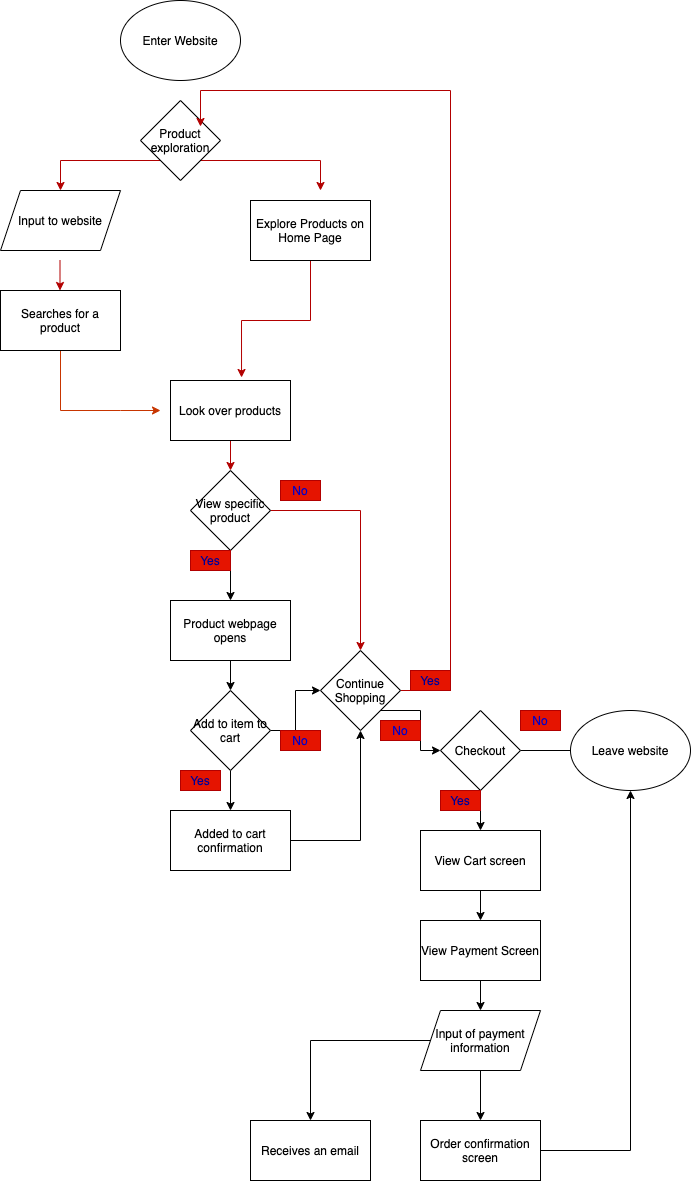
Earlier version of the draw.io export part2/part2.drawio.png (abvasude/sp21-cse110-lab4). Source tidied: cells renumbered, new cells last; positions are measured from the earlier drawing's top-left corner, leaving out a move shared by most shapes.
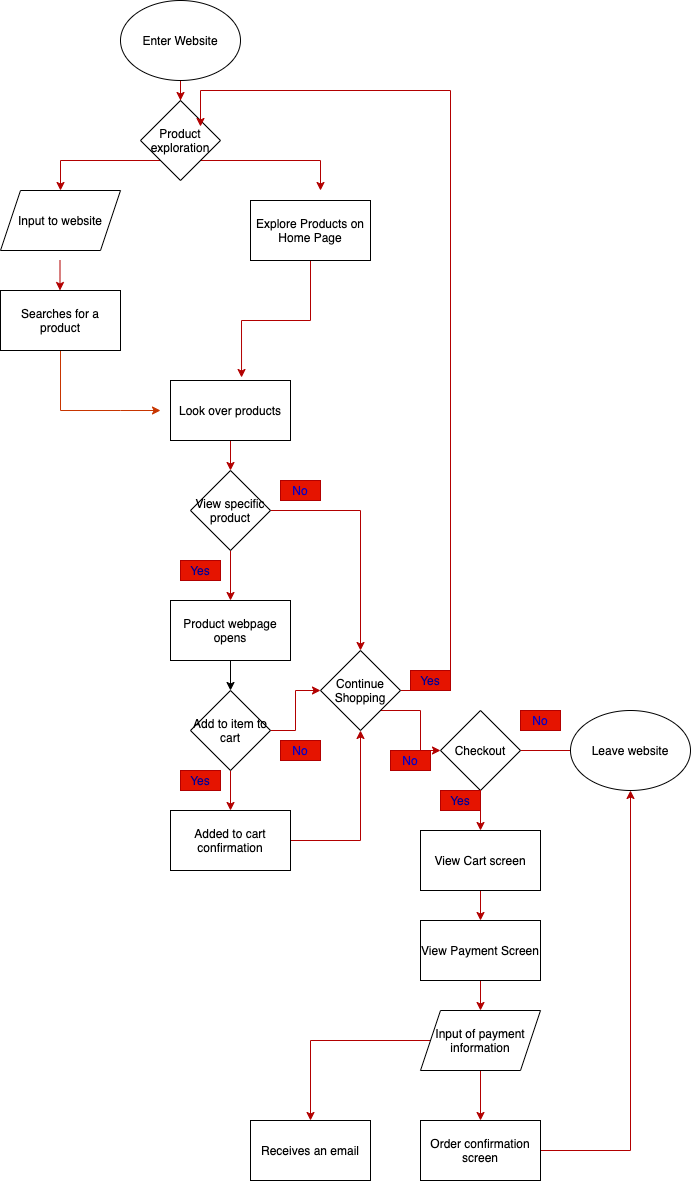
The same diagram one commit later.

The edit, as a diff of the source:
```diff
@@ -2,6 +2,9 @@
   <root>
     <mxCell id="0" />
     <mxCell id="1" parent="0" />
+    <mxCell id="51" style="edgeStyle=orthogonalEdgeStyle;rounded=0;jettySize=auto;html=1;fontColor=#000099;fillColor=#e51400;strokeColor=#B20000;" parent="1" edge="1" source="2" target="13">
+      <mxGeometry relative="1" as="geometry" />
+    </mxCell>
     <mxCell id="2" value="Enter Website" style="ellipse;whiteSpace=wrap;html=1;" parent="1" vertex="1">
       <mxGeometry x="120" width="120" height="80" as="geometry" />
     </mxCell>
@@ -51,7 +54,7 @@
     <mxCell id="13" value="Product exploration" style="rhombus;whiteSpace=wrap;html=1;" parent="1" vertex="1">
       <mxGeometry x="140" y="100" width="80" height="80" as="geometry" />
     </mxCell>
-    <mxCell id="14" style="edgeStyle=orthogonalEdgeStyle;rounded=0;jettySize=auto;html=1;" parent="1" edge="1" source="16" target="21">
+    <mxCell id="14" style="edgeStyle=orthogonalEdgeStyle;rounded=0;jettySize=auto;html=1;fillColor=#e51400;strokeColor=#B20000;" parent="1" edge="1" source="16" target="21">
       <mxGeometry relative="1" as="geometry" />
     </mxCell>
     <mxCell id="15" style="edgeStyle=orthogonalEdgeStyle;rounded=0;jettySize=auto;html=1;entryX=0.5;entryY=0;entryDx=0;entryDy=0;fillColor=#e51400;strokeColor=#B20000;" parent="1" edge="1" source="16" target="27">
@@ -60,10 +63,10 @@
     <mxCell id="16" value="View specific product" style="rhombus;whiteSpace=wrap;html=1;" parent="1" vertex="1">
       <mxGeometry x="190" y="470" width="80" height="80" as="geometry" />
     </mxCell>
-    <mxCell id="17" style="edgeStyle=orthogonalEdgeStyle;rounded=0;jettySize=auto;html=1;" parent="1" edge="1" source="19" target="24">
+    <mxCell id="17" style="edgeStyle=orthogonalEdgeStyle;rounded=0;jettySize=auto;html=1;fillColor=#e51400;strokeColor=#B20000;" parent="1" edge="1" source="19" target="24">
       <mxGeometry relative="1" as="geometry" />
     </mxCell>
-    <mxCell id="18" style="edgeStyle=orthogonalEdgeStyle;rounded=0;jettySize=auto;html=1;entryX=0;entryY=0.5;entryDx=0;entryDy=0;" parent="1" edge="1" source="19" target="27">
+    <mxCell id="18" style="edgeStyle=orthogonalEdgeStyle;rounded=0;jettySize=auto;html=1;entryX=0;entryY=0.5;entryDx=0;entryDy=0;fillColor=#e51400;strokeColor=#B20000;" parent="1" edge="1" source="19" target="27">
       <mxGeometry relative="1" as="geometry" />
     </mxCell>
     <mxCell id="19" value="Add to item to cart" style="rhombus;whiteSpace=wrap;html=1;" parent="1" vertex="1">
@@ -76,9 +79,9 @@
       <mxGeometry x="170" y="600" width="120" height="60" as="geometry" />
     </mxCell>
     <mxCell id="22" value="Yes" style="text;html=1;strokeColor=#B20000;fillColor=#e51400;align=center;verticalAlign=middle;whiteSpace=wrap;rounded=0;fontColor=#000099;" parent="1" vertex="1">
-      <mxGeometry x="190" y="550" width="40" height="20" as="geometry" />
+      <mxGeometry x="180" y="560" width="40" height="20" as="geometry" />
     </mxCell>
-    <mxCell id="23" style="edgeStyle=orthogonalEdgeStyle;rounded=0;jettySize=auto;html=1;entryX=0.5;entryY=1;entryDx=0;entryDy=0;" parent="1" edge="1" source="24" target="27">
+    <mxCell id="23" style="edgeStyle=orthogonalEdgeStyle;rounded=0;jettySize=auto;html=1;entryX=0.5;entryY=1;entryDx=0;entryDy=0;fillColor=#e51400;strokeColor=#B20000;" parent="1" edge="1" source="24" target="27">
       <mxGeometry relative="1" as="geometry" />
     </mxCell>
     <mxCell id="24" value="Added to cart confirmation" style="whiteSpace=wrap;html=1;" parent="1" vertex="1">
@@ -95,7 +98,7 @@
         </Array>
       </mxGeometry>
     </mxCell>
-    <mxCell id="26" style="edgeStyle=orthogonalEdgeStyle;rounded=0;jettySize=auto;html=1;exitX=1;exitY=1;exitDx=0;exitDy=0;entryX=0;entryY=0.5;entryDx=0;entryDy=0;" parent="1" edge="1" source="27" target="32">
+    <mxCell id="26" style="edgeStyle=orthogonalEdgeStyle;rounded=0;jettySize=auto;html=1;exitX=1;exitY=1;exitDx=0;exitDy=0;entryX=0;entryY=0.5;entryDx=0;entryDy=0;fillColor=#e51400;strokeColor=#B20000;" parent="1" edge="1" source="27" target="32">
       <mxGeometry relative="1" as="geometry" />
     </mxCell>
     <mxCell id="27" value="Continue Shopping" style="rhombus;whiteSpace=wrap;html=1;" parent="1" vertex="1">
@@ -110,12 +113,12 @@
     <mxCell id="29" value="No" style="text;html=1;strokeColor=#B20000;fillColor=#e51400;align=center;verticalAlign=middle;whiteSpace=wrap;rounded=0;fontColor=#0000CC;" parent="1" vertex="1">
       <mxGeometry x="280" y="480" width="40" height="20" as="geometry" />
     </mxCell>
-    <mxCell id="30" style="edgeStyle=orthogonalEdgeStyle;rounded=0;jettySize=auto;html=1;" parent="1" edge="1" source="32">
+    <mxCell id="30" style="edgeStyle=orthogonalEdgeStyle;rounded=0;jettySize=auto;html=1;fillColor=#e51400;strokeColor=#B20000;" parent="1" edge="1" source="32">
       <mxGeometry relative="1" as="geometry">
         <mxPoint x="600" y="750" as="targetPoint" />
       </mxGeometry>
     </mxCell>
-    <mxCell id="31" style="edgeStyle=orthogonalEdgeStyle;rounded=0;jettySize=auto;html=1;" parent="1" edge="1" source="32" target="35">
+    <mxCell id="31" style="edgeStyle=orthogonalEdgeStyle;rounded=0;jettySize=auto;html=1;fillColor=#e51400;strokeColor=#B20000;" parent="1" edge="1" source="32" target="35">
       <mxGeometry relative="1" as="geometry" />
     </mxCell>
     <mxCell id="32" value="Checkout" style="rhombus;whiteSpace=wrap;html=1;" parent="1" vertex="1">
@@ -124,28 +127,28 @@
     <mxCell id="33" value="Leave website" style="ellipse;whiteSpace=wrap;html=1;" parent="1" vertex="1">
       <mxGeometry x="570" y="710" width="120" height="80" as="geometry" />
     </mxCell>
-    <mxCell id="34" style="edgeStyle=orthogonalEdgeStyle;rounded=0;jettySize=auto;html=1;" parent="1" edge="1" source="35" target="37">
+    <mxCell id="34" style="edgeStyle=orthogonalEdgeStyle;rounded=0;jettySize=auto;html=1;fillColor=#e51400;strokeColor=#B20000;" parent="1" edge="1" source="35" target="37">
       <mxGeometry relative="1" as="geometry" />
     </mxCell>
     <mxCell id="35" value="View Cart screen" style="whiteSpace=wrap;html=1;" parent="1" vertex="1">
       <mxGeometry x="420" y="830" width="120" height="60" as="geometry" />
     </mxCell>
-    <mxCell id="36" style="edgeStyle=orthogonalEdgeStyle;rounded=0;jettySize=auto;html=1;" parent="1" edge="1" source="37" target="40">
+    <mxCell id="36" style="edgeStyle=orthogonalEdgeStyle;rounded=0;jettySize=auto;html=1;fillColor=#e51400;strokeColor=#B20000;" parent="1" edge="1" source="37" target="40">
       <mxGeometry relative="1" as="geometry" />
     </mxCell>
     <mxCell id="37" value="View Payment Screen" style="whiteSpace=wrap;html=1;" parent="1" vertex="1">
       <mxGeometry x="420" y="920" width="120" height="60" as="geometry" />
     </mxCell>
-    <mxCell id="38" style="edgeStyle=orthogonalEdgeStyle;rounded=0;jettySize=auto;html=1;" parent="1" edge="1" source="40" target="42">
+    <mxCell id="38" style="edgeStyle=orthogonalEdgeStyle;rounded=0;jettySize=auto;html=1;fillColor=#e51400;strokeColor=#B20000;" parent="1" edge="1" source="40" target="42">
       <mxGeometry relative="1" as="geometry" />
     </mxCell>
-    <mxCell id="39" style="edgeStyle=orthogonalEdgeStyle;rounded=0;jettySize=auto;html=1;" parent="1" edge="1" source="40" target="43">
+    <mxCell id="39" style="edgeStyle=orthogonalEdgeStyle;rounded=0;jettySize=auto;html=1;fillColor=#e51400;strokeColor=#B20000;" parent="1" edge="1" source="40" target="43">
       <mxGeometry relative="1" as="geometry" />
     </mxCell>
     <mxCell id="40" value="Input of payment information" style="shape=parallelogram;perimeter=parallelogramPerimeter;whiteSpace=wrap;html=1;fixedSize=1;" parent="1" vertex="1">
       <mxGeometry x="420" y="1010" width="120" height="60" as="geometry" />
     </mxCell>
-    <mxCell id="41" style="edgeStyle=orthogonalEdgeStyle;rounded=0;jettySize=auto;html=1;entryX=0.5;entryY=1;entryDx=0;entryDy=0;" parent="1" edge="1" source="42" target="33">
+    <mxCell id="41" style="edgeStyle=orthogonalEdgeStyle;rounded=0;jettySize=auto;html=1;entryX=0.5;entryY=1;entryDx=0;entryDy=0;fillColor=#e51400;strokeColor=#B20000;" parent="1" edge="1" source="42" target="33">
       <mxGeometry relative="1" as="geometry" />
     </mxCell>
     <mxCell id="42" value="Order confirmation screen" style="whiteSpace=wrap;html=1;" parent="1" vertex="1">
@@ -167,10 +170,10 @@
       <mxGeometry x="440" y="790" width="40" height="20" as="geometry" />
     </mxCell>
     <mxCell id="48" value="No" style="text;html=1;strokeColor=#B20000;fillColor=#e51400;align=center;verticalAlign=middle;whiteSpace=wrap;rounded=0;fontColor=#0000CC;" parent="1" vertex="1">
-      <mxGeometry x="280" y="730" width="40" height="20" as="geometry" />
+      <mxGeometry x="280" y="740" width="40" height="20" as="geometry" />
     </mxCell>
     <mxCell id="49" value="No" style="text;html=1;strokeColor=#B20000;fillColor=#e51400;align=center;verticalAlign=middle;whiteSpace=wrap;rounded=0;fontColor=#0000CC;" parent="1" vertex="1">
-      <mxGeometry x="380" y="720" width="40" height="20" as="geometry" />
+      <mxGeometry x="390" y="750" width="40" height="20" as="geometry" />
     </mxCell>
     <mxCell id="50" value="No" style="text;html=1;strokeColor=#B20000;fillColor=#e51400;align=center;verticalAlign=middle;whiteSpace=wrap;rounded=0;fontColor=#0000CC;" parent="1" vertex="1">
       <mxGeometry x="520" y="710" width="40" height="20" as="geometry" />
```
